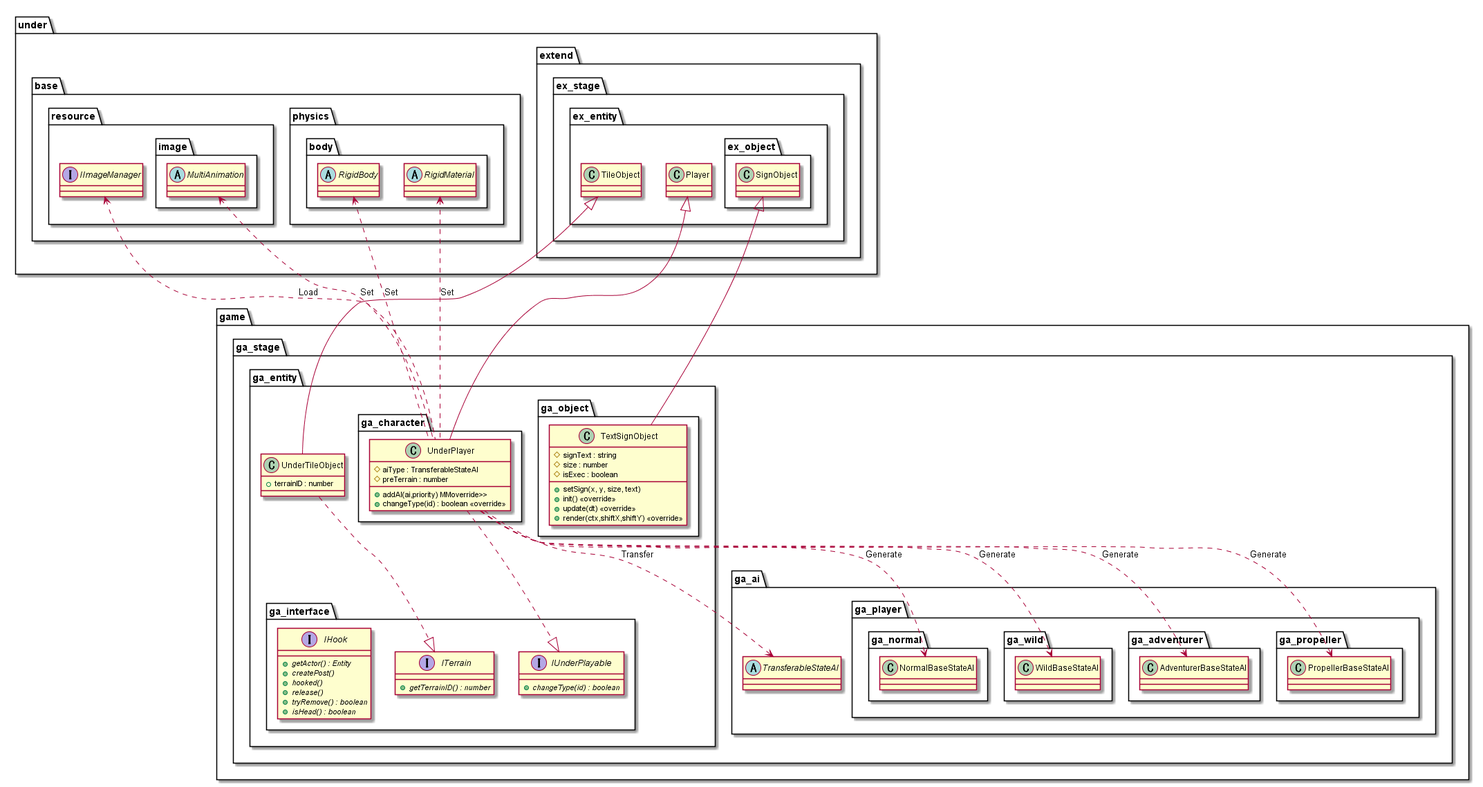
This is out/uml/entity/Game/EntityGame.png from Expine/Under, a PlantUML export, as it was before one commit.
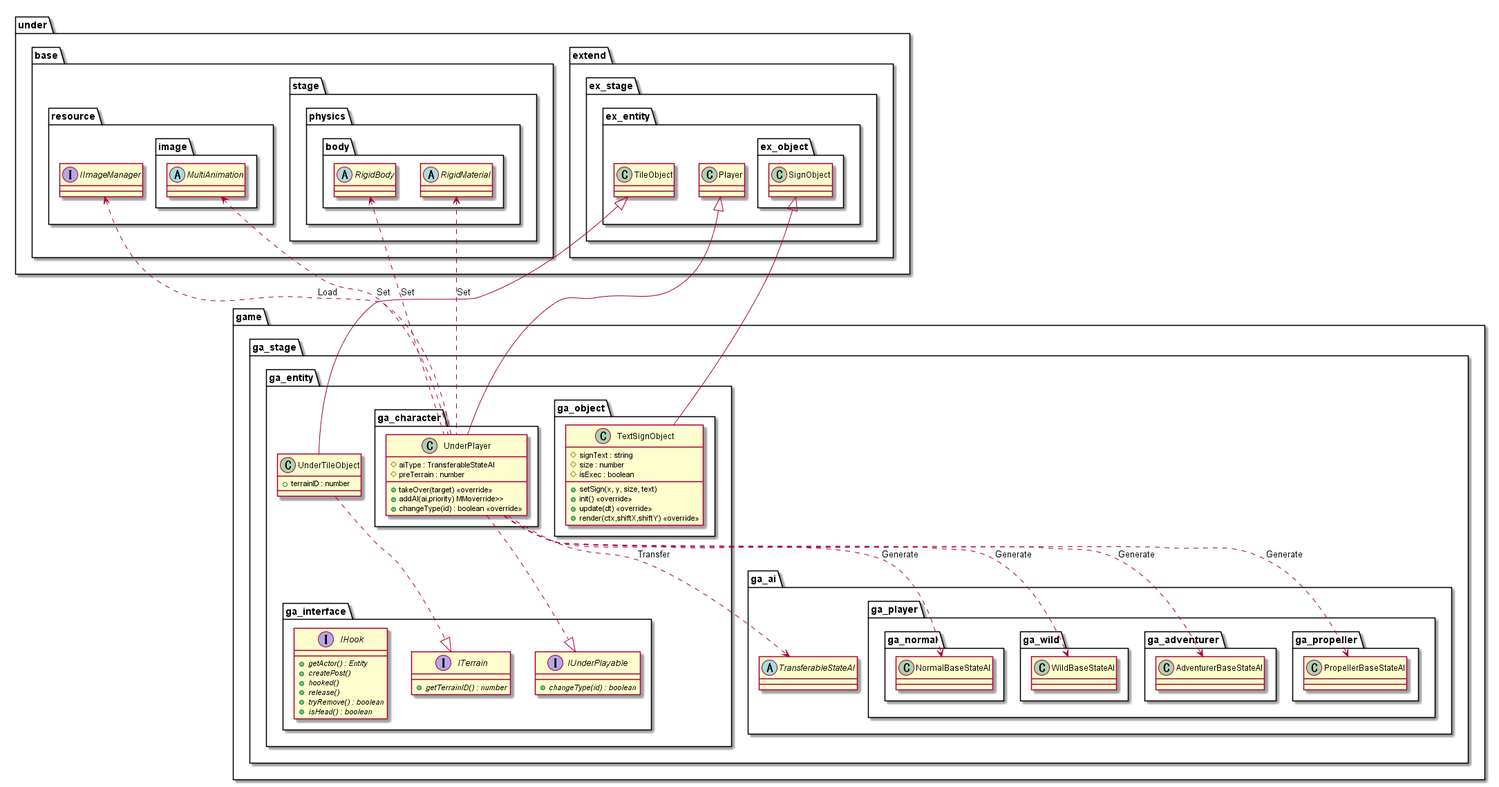
Later version of the same file.

Change to the diagram source:
```diff
@@ -9,6 +9,7 @@
                 class UnderPlayer {
                     #aiType : TransferableStateAI
                     #preTerrain : number
+                    +takeOver(target) <<override>>
                     +addAI(ai,priority) MMoverride>>
                     +changeType(id) : boolean <<override>>
                 }
@@ -52,10 +53,12 @@
                 abstract MultiAnimation
             }
         }
-        package physics {
-            package body {
-                abstract RigidBody
-                abstract RigidMaterial
+        package stage {
+            package physics {
+                package body {
+                    abstract RigidBody
+                    abstract RigidMaterial
+                }
             }
         }
     }
```
